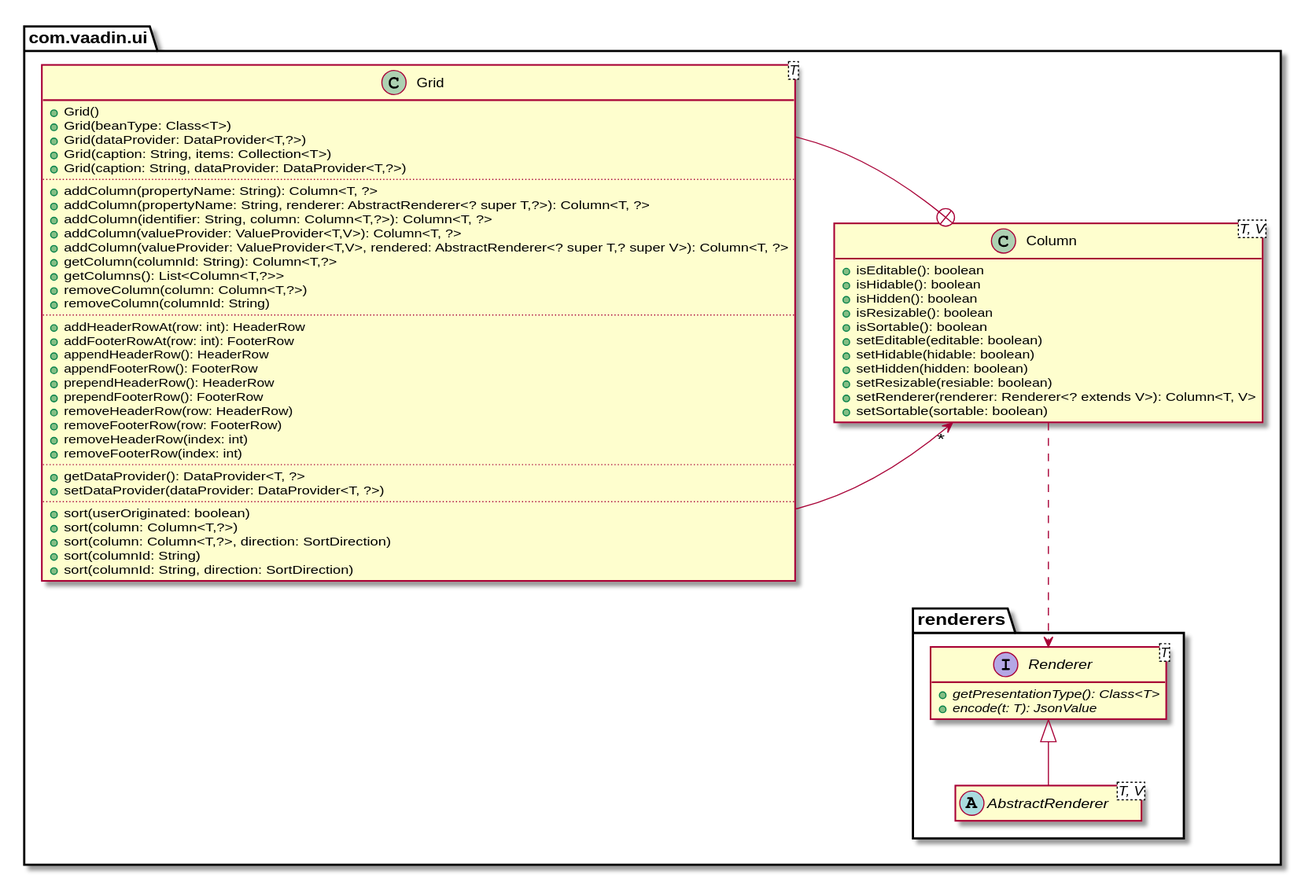
Before: images/grid.svg, a diagram exported from PlantUML (formations/vaadin-foundations).
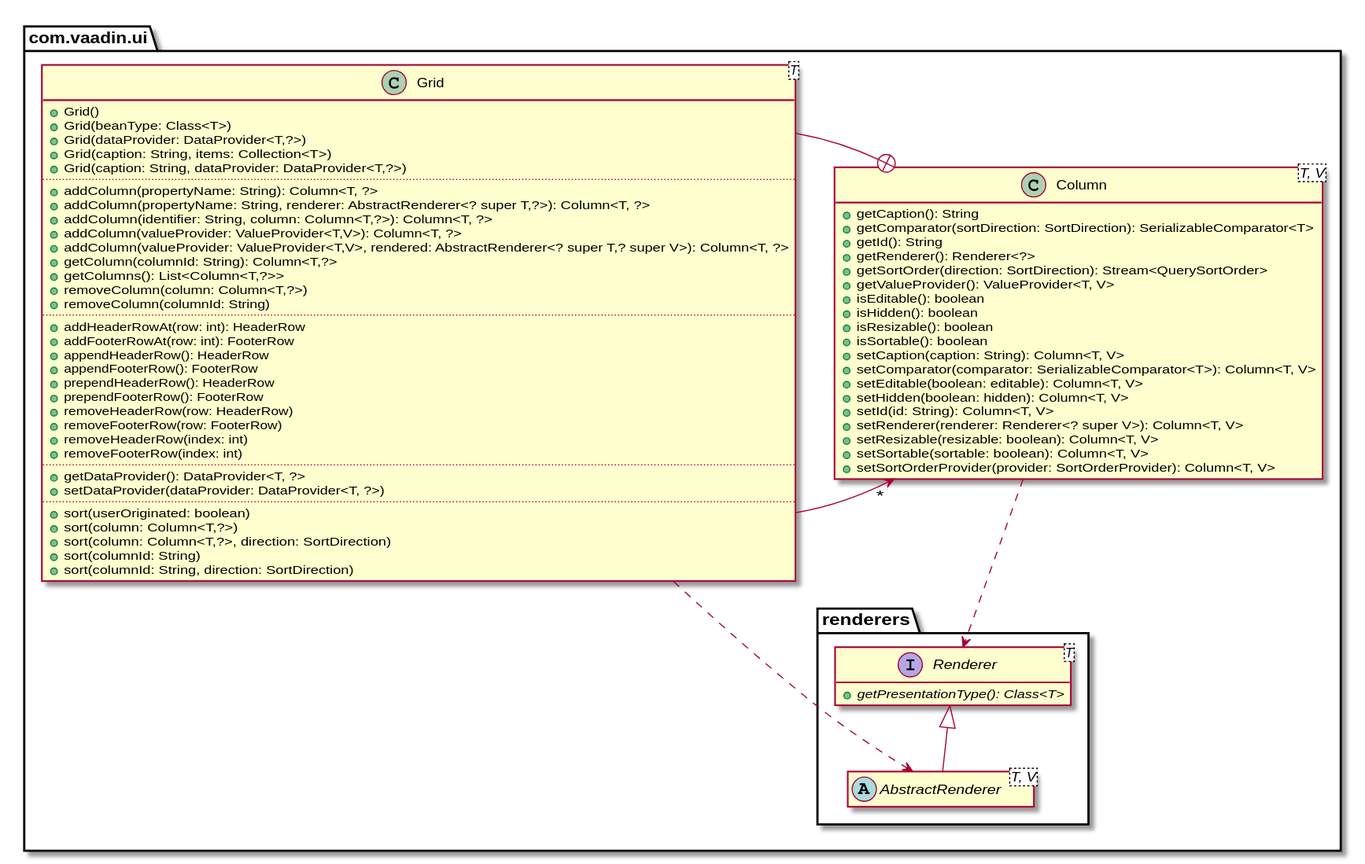
After the change.

Commit message:
Add Navigator, Data Provider and Grid sections

What changed in the source:
```diff
@@ -38,30 +38,38 @@
   + sort(columnId: String, direction: SortDirection)
  }
  class Column<T, V> {
+  + getCaption(): String
+  + getComparator(sortDirection: SortDirection): SerializableComparator<T>
+  + getId(): String
+  + getRenderer(): Renderer<?>
+  + getSortOrder(direction: SortDirection): Stream<QuerySortOrder>
+  + getValueProvider():  ValueProvider<T, V>
   + isEditable(): boolean
-  + isHidable(): boolean
   + isHidden(): boolean
   + isResizable(): boolean
   + isSortable(): boolean
-  + setEditable(editable: boolean)
-  + setHidable(hidable: boolean)
-  + setHidden(hidden: boolean)
-  + setResizable(resiable: boolean)
-  + setRenderer(renderer: Renderer<? extends V>): Column<T, V>
-  + setSortable(sortable: boolean)
+  + setCaption(caption: String): Column<T, V>
+  + setComparator(comparator: SerializableComparator<T>): Column<T, V>
+  + setEditable(boolean: editable): Column<T, V>
+  + setHidden(boolean: hidden): Column<T, V>
+  + setId(id: String): Column<T, V>
+  + setRenderer(renderer: Renderer<? super V>): Column<T, V>
+  + setResizable(resizable: boolean): Column<T, V>
+  + setSortable(sortable: boolean): Column<T, V>
+  + setSortOrderProvider(provider: SortOrderProvider): Column<T, V>
  }
  package "renderers" {
   interface Renderer<T> {
    + {abstract} getPresentationType(): Class<T>
-   + {abstract} encode(t: T): JsonValue
   }
   abstract class AbstractRenderer<T, V>
  }
 }
 
-Grid --> "*" Column
+Grid -up-> "*" Column
 Grid -+ Column
 Column ..> Renderer
+Grid ..> AbstractRenderer
 AbstractRenderer -up-|> Renderer
 
 hide empty attributes
```
